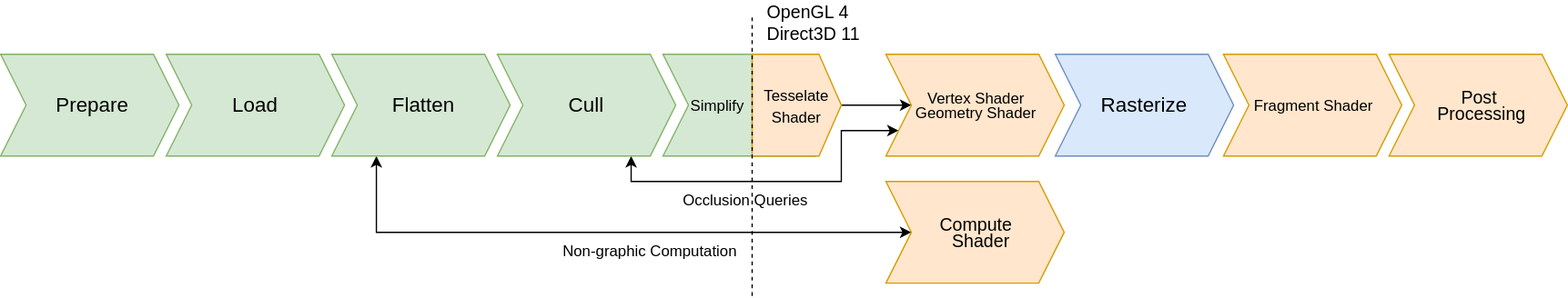
This is assets/images/graphics-pipeline-tesselate-compute.svg from TheCandidStartup/TheCandidStartup.github.io, a draw.io export, as it was before one commit. Source tidied: cells renumbered, new cells last; positions are measured from the earlier drawing's top-left corner, leaving out a move shared by most shapes.
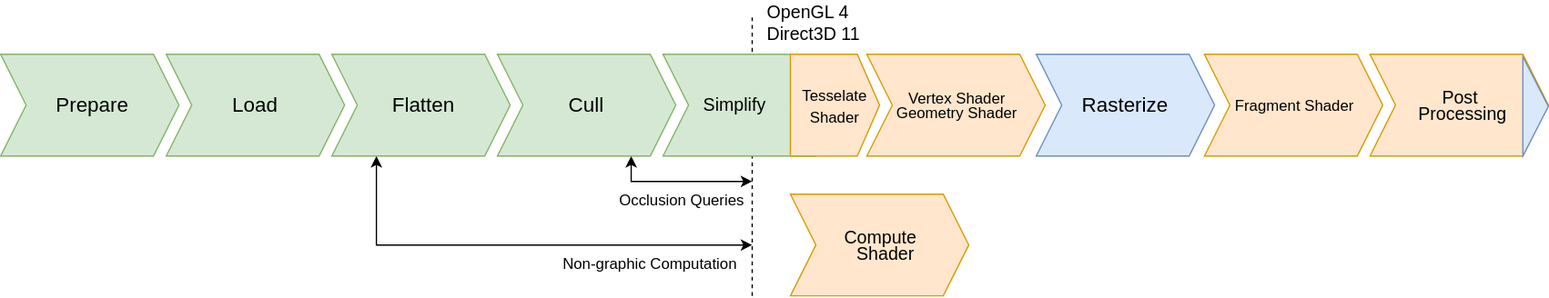
The same file after the commit.

What changed in the source:
```diff
@@ -8,69 +8,70 @@
     <mxCell id="3" value="&lt;font style=&quot;font-size: 16px;&quot;&gt;Load&lt;/font&gt;" style="shape=step;perimeter=stepPerimeter;whiteSpace=wrap;html=1;fixedSize=1;fillColor=#d5e8d4;strokeColor=#82b366;" parent="1" vertex="1">
       <mxGeometry x="130" y="40" width="140" height="80" as="geometry" />
     </mxCell>
-    <mxCell id="4" style="edgeStyle=orthogonalEdgeStyle;rounded=0;jettySize=auto;html=1;exitX=0.25;exitY=1;exitDx=0;exitDy=0;startArrow=classic;startFill=1;entryX=0;entryY=0.5;entryDx=0;entryDy=0;" parent="1" edge="1" source="5" target="19">
+    <mxCell id="4" style="edgeStyle=orthogonalEdgeStyle;rounded=0;jettySize=auto;html=1;exitX=0.25;exitY=1;exitDx=0;exitDy=0;startArrow=classic;startFill=1;" parent="1" edge="1" source="5">
       <mxGeometry relative="1" as="geometry">
+        <mxPoint x="590" y="190" as="targetPoint" />
         <Array as="points">
-          <mxPoint x="295" y="180" />
+          <mxPoint x="295" y="190" />
+          <mxPoint x="590" y="190" />
         </Array>
       </mxGeometry>
     </mxCell>
     <mxCell id="5" value="&lt;span style=&quot;font-size: 16px;&quot;&gt;&amp;nbsp;Flatten&lt;/span&gt;" style="shape=step;perimeter=stepPerimeter;whiteSpace=wrap;html=1;fixedSize=1;fillColor=#d5e8d4;strokeColor=#82b366;" parent="1" vertex="1">
       <mxGeometry x="260" y="40" width="140" height="80" as="geometry" />
     </mxCell>
-    <mxCell id="6" style="edgeStyle=orthogonalEdgeStyle;rounded=0;jettySize=auto;html=1;exitX=0.75;exitY=1;exitDx=0;exitDy=0;endArrow=classic;endFill=1;startArrow=classic;startFill=1;" parent="1" edge="1" source="7" target="11">
+    <mxCell id="6" style="edgeStyle=orthogonalEdgeStyle;rounded=0;jettySize=auto;html=1;exitX=0.75;exitY=1;exitDx=0;exitDy=0;endArrow=classic;endFill=1;startArrow=classic;startFill=1;" parent="1" edge="1" source="7">
       <mxGeometry relative="1" as="geometry">
+        <mxPoint x="590" y="140" as="targetPoint" />
         <Array as="points">
           <mxPoint x="495" y="140" />
-          <mxPoint x="660" y="140" />
-          <mxPoint x="660" y="100" />
         </Array>
       </mxGeometry>
     </mxCell>
     <mxCell id="7" value="&lt;span style=&quot;font-size: 16px;&quot;&gt;Cull&lt;/span&gt;" style="shape=step;perimeter=stepPerimeter;whiteSpace=wrap;html=1;fixedSize=1;fillColor=#d5e8d4;strokeColor=#82b366;" parent="1" vertex="1">
       <mxGeometry x="390" y="40" width="140" height="80" as="geometry" />
     </mxCell>
-    <mxCell id="8" style="edgeStyle=orthogonalEdgeStyle;rounded=0;jettySize=auto;html=1;exitX=0.5;exitY=1;exitDx=0;exitDy=0;endArrow=classic;endFill=1;entryX=0;entryY=0.5;entryDx=0;entryDy=0;" parent="1" edge="1" source="17" target="11">
-      <mxGeometry relative="1" as="geometry" />
-    </mxCell>
     <mxCell id="9" value="&lt;span style=&quot;font-size: 16px;&quot;&gt;Rasterize&lt;/span&gt;" style="shape=step;perimeter=stepPerimeter;whiteSpace=wrap;html=1;fixedSize=1;fillColor=#dae8fc;strokeColor=#6c8ebf;" parent="1" vertex="1">
-      <mxGeometry x="828" y="40" width="140" height="80" as="geometry" />
+      <mxGeometry x="813" y="40" width="140" height="80" as="geometry" />
     </mxCell>
     <mxCell id="10" value="OpenGL 4&lt;br&gt;Direct3D 11" style="text;html=1;strokeColor=none;fillColor=none;align=left;verticalAlign=middle;whiteSpace=wrap;rounded=0;fontSize=14;" parent="1" vertex="1">
       <mxGeometry x="600" width="115" height="30" as="geometry" />
     </mxCell>
     <mxCell id="11" value="&lt;div style=&quot;line-height: 100%;&quot;&gt;&lt;div&gt;Vertex Shader&lt;/div&gt;&lt;div&gt;Geometry Shader&lt;/div&gt;&lt;/div&gt;" style="shape=step;perimeter=stepPerimeter;whiteSpace=wrap;html=1;fixedSize=1;fillColor=#ffe6cc;strokeColor=#d79b00;align=center;verticalAlign=middle;spacingLeft=2;spacing=0;spacingTop=0;" parent="1" vertex="1">
-      <mxGeometry x="695" y="40" width="140" height="80" as="geometry" />
+      <mxGeometry x="680" y="40" width="140" height="80" as="geometry" />
     </mxCell>
     <mxCell id="12" value="&lt;div style=&quot;line-height: 100%;&quot;&gt;&lt;div&gt;&lt;font style=&quot;font-size: 12px;&quot;&gt;Fragment Shader&lt;/font&gt;&lt;/div&gt;&lt;/div&gt;" style="shape=step;perimeter=stepPerimeter;whiteSpace=wrap;html=1;fixedSize=1;fillColor=#ffe6cc;strokeColor=#d79b00;align=center;verticalAlign=middle;spacingLeft=2;spacing=0;spacingTop=0;" parent="1" vertex="1">
-      <mxGeometry x="960" y="40" width="140" height="80" as="geometry" />
+      <mxGeometry x="945" y="40" width="140" height="80" as="geometry" />
     </mxCell>
     <mxCell id="13" value="Occlusion Queries" style="text;html=1;strokeColor=none;fillColor=none;align=center;verticalAlign=middle;whiteSpace=wrap;rounded=0;" parent="1" vertex="1">
-      <mxGeometry x="530" y="140" width="110" height="30" as="geometry" />
+      <mxGeometry x="480" y="140" width="110" height="30" as="geometry" />
     </mxCell>
     <mxCell id="14" value="&lt;div style=&quot;line-height: 100%;&quot;&gt;&lt;div&gt;&lt;span style=&quot;background-color: initial;&quot;&gt;&lt;font style=&quot;font-size: 14px;&quot;&gt;Post&lt;/font&gt;&lt;/span&gt;&lt;/div&gt;&lt;div&gt;&lt;span style=&quot;background-color: initial;&quot;&gt;&lt;font style=&quot;font-size: 14px;&quot;&gt;&amp;nbsp;Processing&lt;/font&gt;&lt;/span&gt;&lt;/div&gt;&lt;/div&gt;" style="shape=step;perimeter=stepPerimeter;whiteSpace=wrap;html=1;fixedSize=1;fillColor=#ffe6cc;strokeColor=#d79b00;align=center;verticalAlign=middle;spacingLeft=2;spacing=0;spacingTop=0;" parent="1" vertex="1">
-      <mxGeometry x="1090" y="40" width="140" height="80" as="geometry" />
+      <mxGeometry x="1075" y="40" width="140" height="80" as="geometry" />
     </mxCell>
     <mxCell id="15" style="group;" parent="1" vertex="1">
-      <mxGeometry x="520" y="40" width="140" height="80" as="geometry" />
+      <mxGeometry x="520" y="40" width="170" height="80" as="geometry" />
     </mxCell>
+    <mxCell id="18" style="endArrow=none;html=1;rounded=0;fontSize=14;startArrow=none;startFill=0;endFill=0;dashed=1;" parent="15" edge="1">
+      <mxGeometry relative="1" as="geometry">
+        <mxPoint x="70" y="190" as="sourcePoint" />
+        <mxPoint x="70" y="-30" as="targetPoint" />
+      </mxGeometry>
+    </mxCell>
-    <mxCell id="16" value="&lt;p style=&quot;line-height: 100%;&quot;&gt;Simplify&lt;/p&gt;" style="shape=step;perimeter=stepPerimeter;whiteSpace=wrap;html=1;fixedSize=1;fillColor=#d5e8d4;strokeColor=#82b366;size=20;align=left;spacingLeft=20;" parent="15" vertex="1">
+    <mxCell id="16" value="&lt;p style=&quot;line-height: 100%;&quot;&gt;&lt;font style=&quot;font-size: 14px;&quot;&gt;Simplify&lt;/font&gt;&lt;/p&gt;" style="shape=step;perimeter=stepPerimeter;whiteSpace=wrap;html=1;fixedSize=1;fillColor=#d5e8d4;strokeColor=#82b366;size=20;align=left;spacingLeft=30;" parent="15" vertex="1">
       <mxGeometry width="140" height="80" as="geometry" />
     </mxCell>
     <mxCell id="17" value="&lt;font style=&quot;font-size: 12px;&quot;&gt;Tesselate&lt;br&gt;Shader&lt;br&gt;&lt;/font&gt;" style="shape=offPageConnector;whiteSpace=wrap;html=1;strokeColor=#d79b00;fontSize=14;direction=north;size=0.25;fillColor=#ffe6cc;" parent="15" vertex="1">
-      <mxGeometry x="70" width="70" height="80" as="geometry" />
+      <mxGeometry x="100" width="70" height="80" as="geometry" />
     </mxCell>
-    <mxCell id="18" style="endArrow=none;html=1;rounded=0;fontSize=14;startArrow=none;startFill=0;endFill=0;dashed=1;" parent="15" edge="1">
-      <mxGeometry relative="1" as="geometry">
-        <mxPoint x="70" y="190" as="sourcePoint" />
-        <mxPoint x="70" y="-30" as="targetPoint" />
-      </mxGeometry>
-    </mxCell>
     <mxCell id="19" value="&lt;div style=&quot;line-height: 100%;&quot;&gt;&lt;div&gt;&lt;font style=&quot;font-size: 14px;&quot;&gt;Compute&lt;/font&gt;&lt;/div&gt;&lt;div&gt;&lt;font style=&quot;font-size: 14px;&quot;&gt;&amp;nbsp; Shader&lt;/font&gt;&lt;/div&gt;&lt;/div&gt;" style="shape=step;perimeter=stepPerimeter;whiteSpace=wrap;html=1;fixedSize=1;fillColor=#ffe6cc;strokeColor=#d79b00;align=center;verticalAlign=middle;spacingLeft=2;spacing=0;spacingTop=0;" parent="1" vertex="1">
-      <mxGeometry x="695" y="140" width="140" height="80" as="geometry" />
+      <mxGeometry x="620" y="150" width="140" height="80" as="geometry" />
     </mxCell>
     <mxCell id="20" value="Non-graphic Computation" style="text;html=1;strokeColor=none;fillColor=none;align=center;verticalAlign=middle;whiteSpace=wrap;rounded=0;" parent="1" vertex="1">
-      <mxGeometry x="440" y="180" width="140" height="30" as="geometry" />
+      <mxGeometry x="440" y="190" width="140" height="30" as="geometry" />
     </mxCell>
+    <mxCell id="21" style="triangle;whiteSpace=wrap;html=1;fontSize=12;fillColor=#dae8fc;strokeColor=#6c8ebf;" parent="1" vertex="1">
+      <mxGeometry x="1195" y="42" width="20" height="78" as="geometry" />
+    </mxCell>
   </root>
 </mxGraphModel>
```
